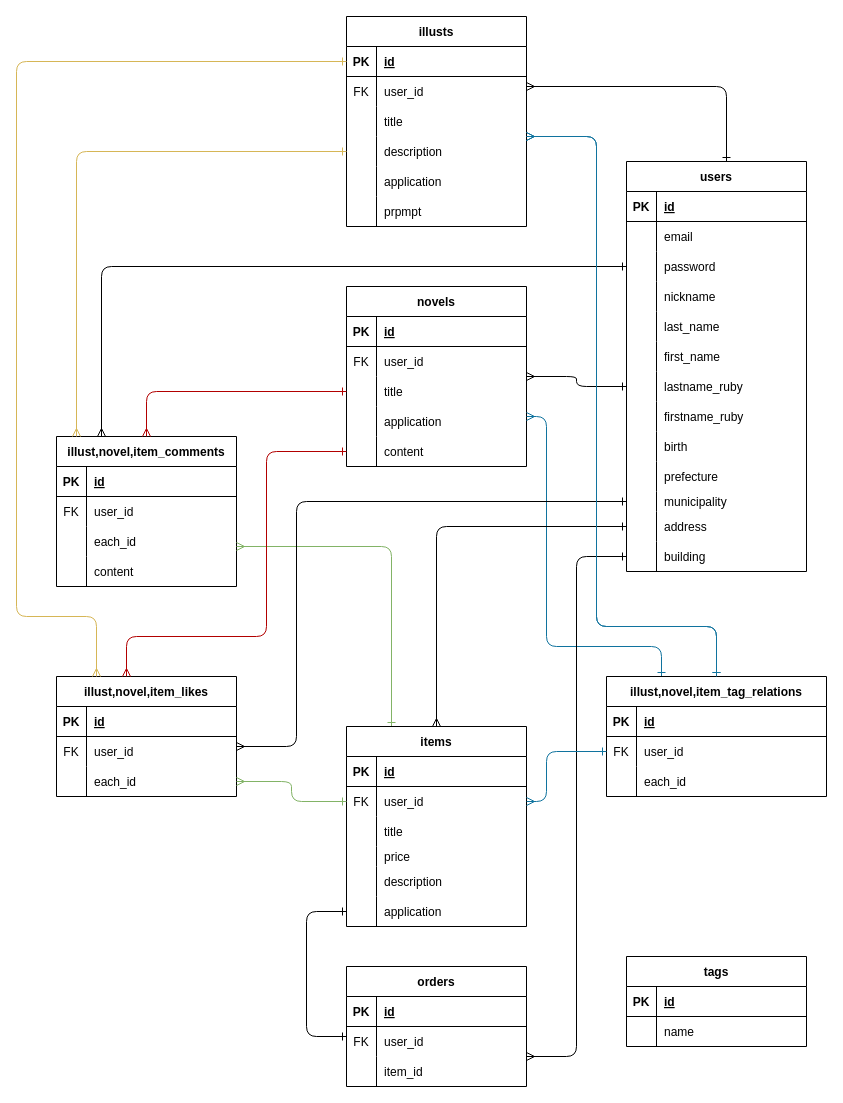
Before: ailustrationER.dio in shotagithub/ailustration, a draw.io diagram. Source tidied: cells renumbered, new cells numbered last; positions are measured from the earlier drawing's top-left corner, leaving out a move shared by most shapes. Both pictures are drawn from the tidied source at 100%, with x=0, y=0 at pixel (16, 16).
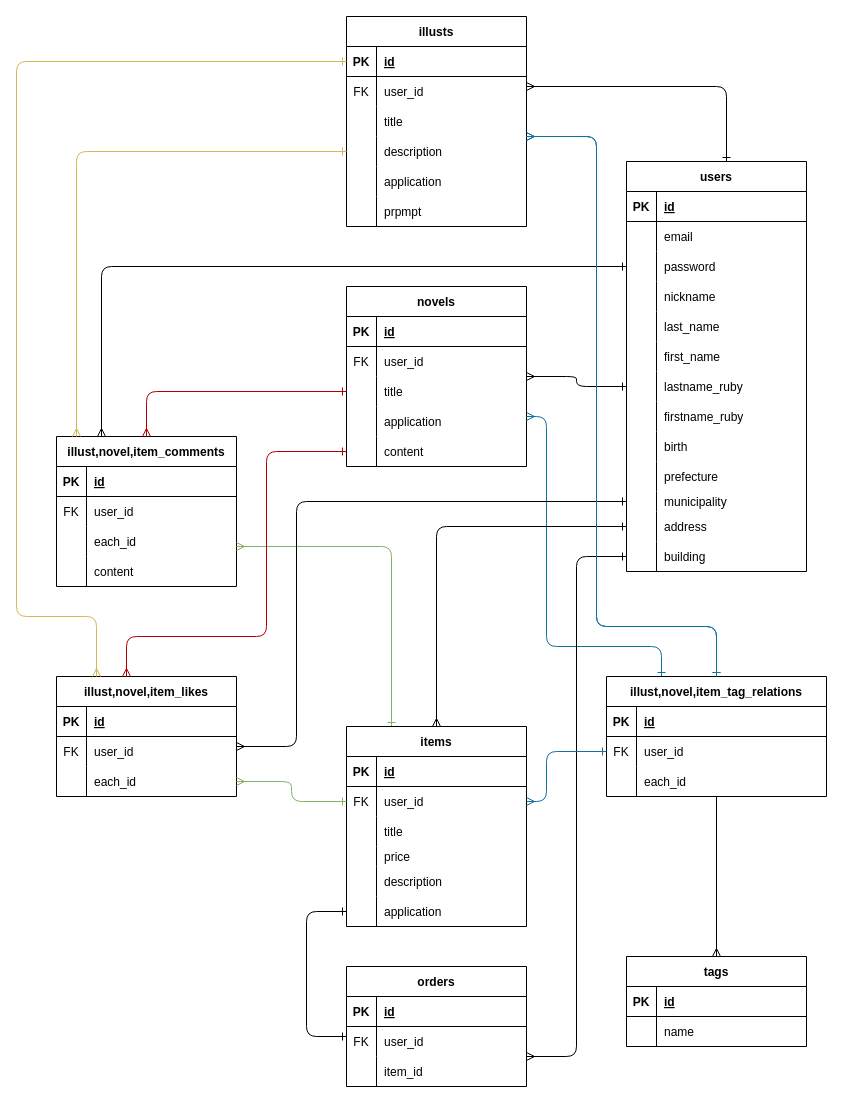
Above is the later version.

The change refers to these unchanged cells:
```xml
<mxCell id="131" value="tags" style="shape=table;startSize=30;childLayout=tableLayout;rowLines=0;fontStyle=1;align=center;" parent="1" vertex="1">
  <mxGeometry x="610" y="940" width="180" height="90" as="geometry" />
</mxCell>
<mxCell id="147" style="shape=tableRow;horizontal=0;startSize=0;swimlaneHead=0;swimlaneBody=0;fillColor=none;points=[[0,0.5],[1,0.5]];portConstraint=eastwest;top=0;left=0;right=0;bottom=0;" parent="140" vertex="1">
  <mxGeometry y="90" width="220" height="30" as="geometry" />
</mxCell>
```

What changed in the source:
```diff
@@
+    <mxCell id="163" style="edgeStyle=none;html=1;entryX=0.5;entryY=0;entryDx=0;entryDy=0;endArrow=ERmany;endFill=0;" parent="1" edge="1" source="147" target="131">
+      <mxGeometry relative="1" as="geometry" />
+    </mxCell>
```
